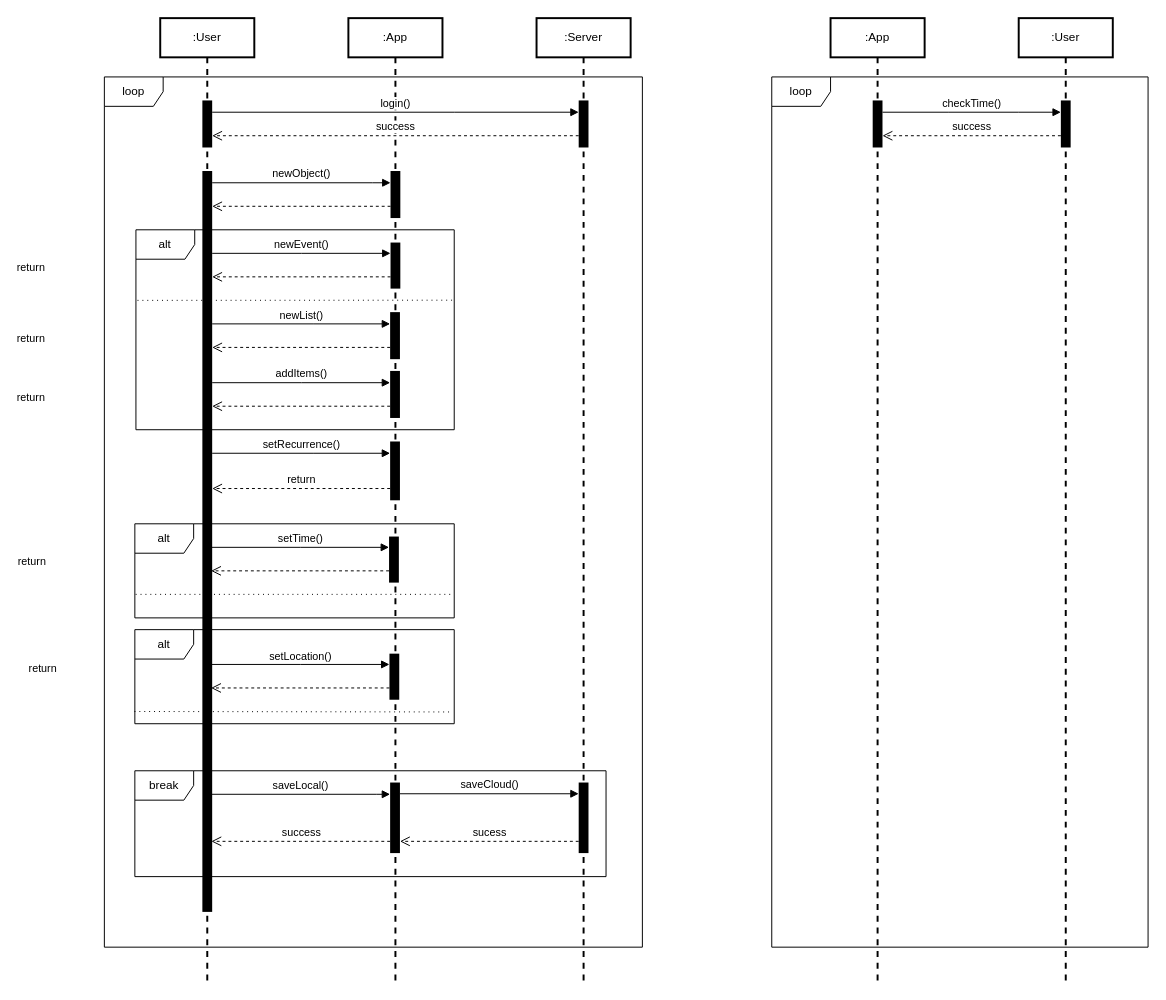
Before: page "Sequence" (5 of 6) of SWI_1.drawio in X-Marosi/SWI_1, a draw.io diagram. Source tidied: cells renumbered, new cells numbered last; positions are measured from the earlier drawing's top-left corner, leaving out a move shared by most shapes. Both pictures are drawn from the tidied source at 98%, with x=0, y=0 at pixel (104, 18).
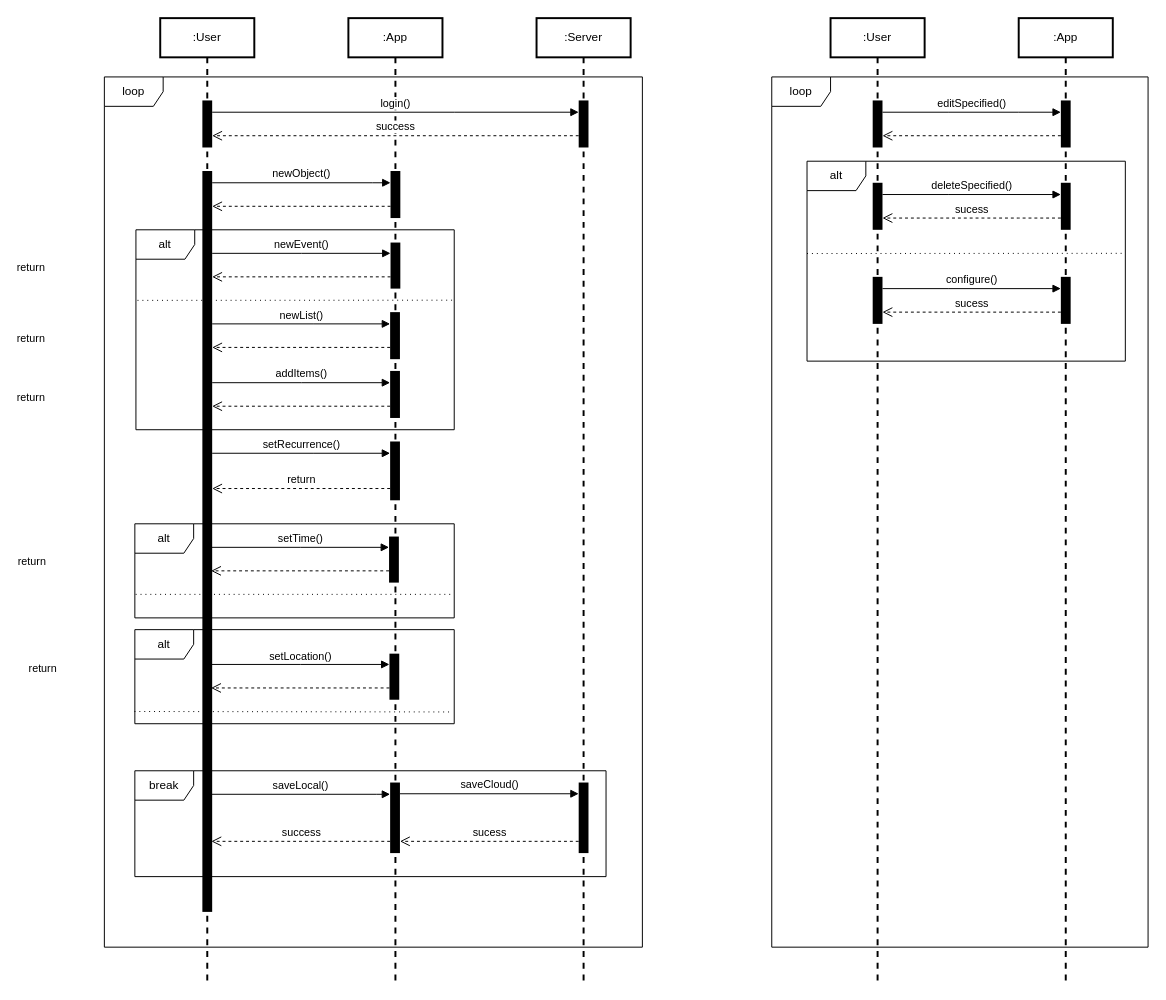
After the change.

The change refers to these unchanged cells:
```xml
<mxCell id="47" style="html=1;points=[];perimeter=orthogonalPerimeter;strokeColor=none;strokeWidth=2;fillColor=#000000;gradientColor=none;" parent="46" vertex="1">
  <mxGeometry x="43" y="84" width="10" height="48" as="geometry" />
</mxCell>
<mxCell id="49" style="html=1;points=[];perimeter=orthogonalPerimeter;strokeWidth=1;fillColor=#000000;gradientColor=none;strokeColor=none;" parent="1" vertex="1">
  <mxGeometry x="784" y="84" width="10" height="48" as="geometry" />
</mxCell>
```

Diff of the diagram source:
```diff
@@
-    <mxCell id="46" value=":User" style="shape=umlLifeline;perimeter=lifelinePerimeter;whiteSpace=wrap;html=1;strokeWidth=2;" parent="1" vertex="1">
+    <mxCell id="46" value=":App" style="shape=umlLifeline;perimeter=lifelinePerimeter;whiteSpace=wrap;html=1;strokeWidth=2;" parent="1" vertex="1">
       <mxGeometry x="933" width="96" height="984" as="geometry" />
     </mxCell>
@@
-    <mxCell id="48" value=":App" style="shape=umlLifeline;perimeter=lifelinePerimeter;whiteSpace=wrap;html=1;strokeWidth=2;gradientColor=none;" parent="1" vertex="1">
+    <mxCell id="48" value=":User" style="shape=umlLifeline;perimeter=lifelinePerimeter;whiteSpace=wrap;html=1;strokeWidth=2;gradientColor=none;" parent="1" vertex="1">
       <mxGeometry x="741" width="96" height="984" as="geometry" />
     </mxCell>
@@
-    <mxCell id="50" value="checkTime()" style="html=1;verticalAlign=bottom;endArrow=block;rounded=0;" parent="1" edge="1" source="49" target="47">
+    <mxCell id="50" value="editSpecified()" style="html=1;verticalAlign=bottom;endArrow=block;rounded=0;" parent="1" edge="1" source="49" target="47">
       <mxGeometry relative="1" as="geometry">
         <Array as="points">
           <mxPoint x="861" y="96" />
           <mxPoint x="933" y="96" />
         </Array>
       </mxGeometry>
     </mxCell>
-    <mxCell id="51" value="success" style="html=1;verticalAlign=bottom;endArrow=open;dashed=1;endSize=8;rounded=0;" parent="1" edge="1" source="47" target="49">
+    <mxCell id="51" style="html=1;verticalAlign=bottom;endArrow=open;dashed=1;endSize=8;rounded=0;" parent="1" edge="1" source="47" target="49">
       <mxGeometry relative="1" as="geometry">
         <Array as="points">
           <mxPoint x="957" y="120" />
           <mxPoint x="885" y="120" />
         </Array>
       </mxGeometry>
     </mxCell>
+    <mxCell id="52" value="alt" style="shape=umlFrame;whiteSpace=wrap;html=1;strokeColor=default;strokeWidth=1;fillColor=default;gradientColor=none;" parent="1" vertex="1">
+      <mxGeometry x="717" y="146" width="324.8" height="204" as="geometry" />
+    </mxCell>
+    <mxCell id="53" value="sucess" style="html=1;verticalAlign=bottom;endArrow=open;dashed=1;endSize=8;rounded=0;" parent="1" edge="1" source="56" target="55">
+      <mxGeometry relative="1" as="geometry">
+        <Array as="points">
+          <mxPoint x="933" y="204" />
+        </Array>
+      </mxGeometry>
+    </mxCell>
+    <mxCell id="54" value="deleteSpecified()" style="html=1;verticalAlign=bottom;endArrow=block;rounded=0;" parent="1" edge="1" source="55" target="56">
+      <mxGeometry relative="1" as="geometry">
+        <Array as="points">
+          <mxPoint x="861" y="180" />
+        </Array>
+      </mxGeometry>
+    </mxCell>
+    <mxCell id="55" style="html=1;points=[];perimeter=orthogonalPerimeter;strokeWidth=1;fillColor=#000000;gradientColor=none;strokeColor=none;" parent="1" vertex="1">
+      <mxGeometry x="784" y="168" width="10" height="48" as="geometry" />
+    </mxCell>
+    <mxCell id="56" style="html=1;points=[];perimeter=orthogonalPerimeter;strokeColor=none;strokeWidth=2;fillColor=#000000;gradientColor=none;" parent="1" vertex="1">
+      <mxGeometry x="976" y="168" width="10" height="48" as="geometry" />
+    </mxCell>
+    <mxCell id="57" style="endArrow=none;dashed=1;html=1;dashPattern=1 4;strokeWidth=1;rounded=0;entryX=0.997;entryY=0.352;entryDx=0;entryDy=0;entryPerimeter=0;" parent="1" edge="1">
+      <mxGeometry relative="1" as="geometry">
+        <mxPoint x="717" y="240.2" as="sourcePoint" />
+        <mxPoint x="1039.3" y="240" as="targetPoint" />
+      </mxGeometry>
+    </mxCell>
+    <mxCell id="58" value="sucess" style="html=1;verticalAlign=bottom;endArrow=open;dashed=1;endSize=8;rounded=0;" parent="1" edge="1" source="61" target="60">
+      <mxGeometry relative="1" as="geometry">
+        <Array as="points">
+          <mxPoint x="933" y="300" />
+        </Array>
+      </mxGeometry>
+    </mxCell>
+    <mxCell id="59" value="configure()" style="html=1;verticalAlign=bottom;endArrow=block;rounded=0;" parent="1" edge="1" source="60" target="61">
+      <mxGeometry relative="1" as="geometry">
+        <Array as="points">
+          <mxPoint x="861" y="276" />
+        </Array>
+      </mxGeometry>
+    </mxCell>
+    <mxCell id="60" style="html=1;points=[];perimeter=orthogonalPerimeter;strokeWidth=1;fillColor=#000000;gradientColor=none;strokeColor=none;" parent="1" vertex="1">
+      <mxGeometry x="784" y="264" width="10" height="48" as="geometry" />
+    </mxCell>
+    <mxCell id="61" style="html=1;points=[];perimeter=orthogonalPerimeter;strokeColor=none;strokeWidth=2;fillColor=#000000;gradientColor=none;" parent="1" vertex="1">
+      <mxGeometry x="976" y="264" width="10" height="48" as="geometry" />
+    </mxCell>
```
